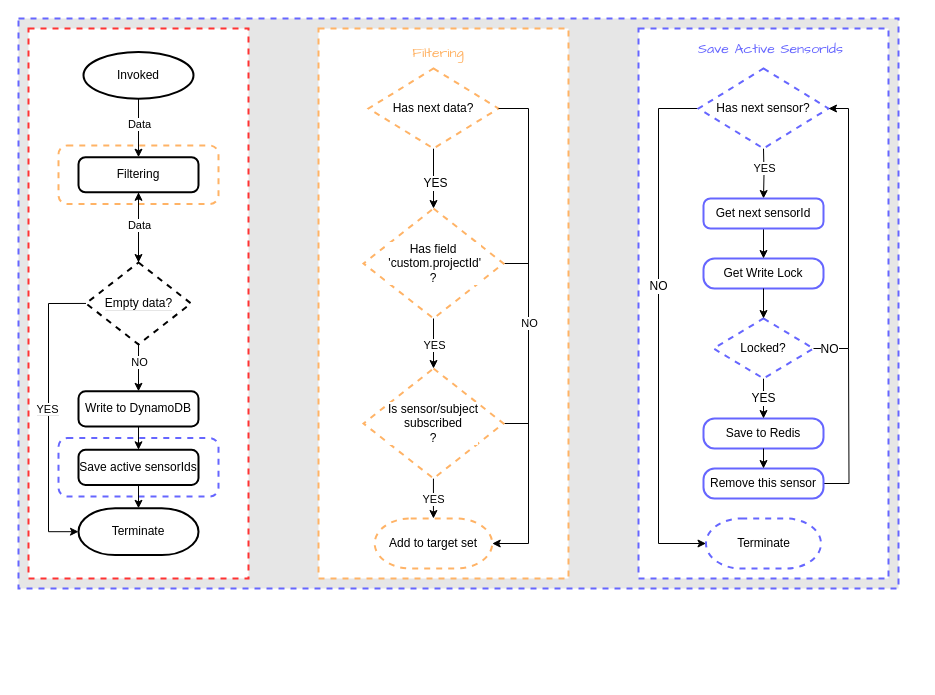
This is Flow of Data Filter.drawio from cjay-xlc/draw.io, a draw.io file, before an edit. Source tidied: cells renumbered, new cells numbered last; positions are measured from the earlier drawing's top-left corner, leaving out a move shared by most shapes. Both pictures are drawn from the tidied source at 100%, with x=0, y=0 at pixel (18, 18).
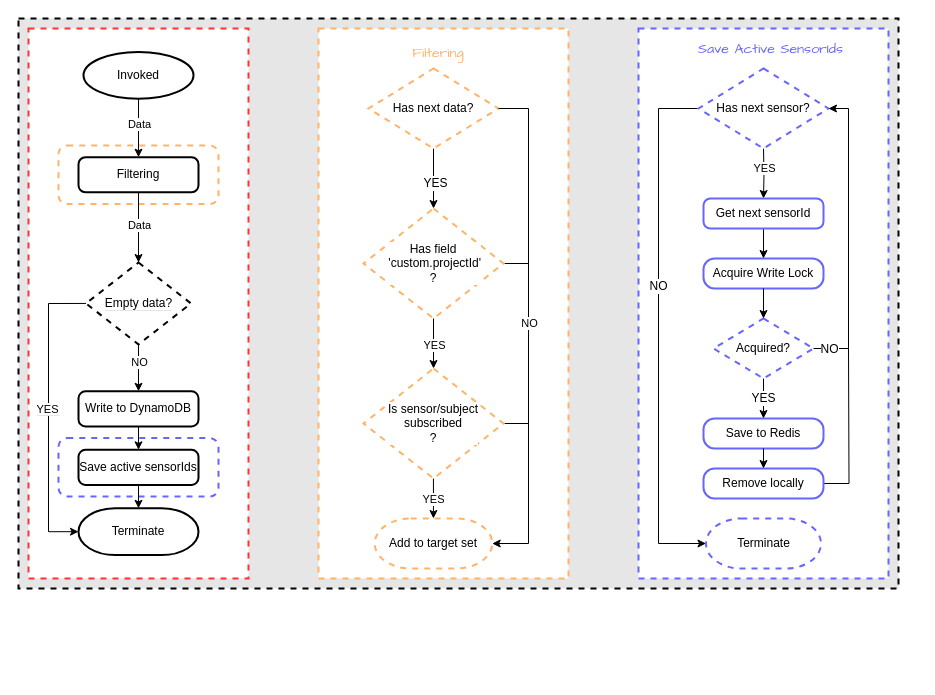
The same page after the edit.

Unchanged cells that the change refers to:
```xml
<mxCell id="4" style="group;" parent="3" vertex="1">
  <mxGeometry width="890" height="650" as="geometry" />
</mxCell>
<mxCell id="10" value="Filtering" style="rounded=1;whiteSpace=wrap;html=1;absoluteArcSize=1;arcSize=14;strokeWidth=2;align=center;" parent="4" vertex="1">
  <mxGeometry x="50" y="128.7" width="120" height="35.1" as="geometry" />
</mxCell>
<mxCell id="22" value="&lt;span style=&quot;background-color: rgb(255, 255, 255);&quot;&gt;Empty data?&lt;/span&gt;" style="strokeWidth=2;html=1;shape=mxgraph.flowchart.decision;whiteSpace=wrap;rounded=0;dashed=1;labelBackgroundColor=#E6E6E6;fillColor=#FFFFFF;gradientColor=none;align=center;" parent="4" vertex="1">
  <mxGeometry x="57.5" y="234" width="105" height="81.9" as="geometry" />
</mxCell>
<mxCell id="42" style="group;" parent="3" vertex="1">
  <mxGeometry x="610" width="250" height="550" as="geometry" />
</mxCell>
```

Diff of the diagram source:
```diff
@@
-    <mxCell id="2" style="rounded=0;whiteSpace=wrap;html=1;dashed=1;labelBackgroundColor=#FFFFFF;strokeColor=#6666FF;strokeWidth=2;fontFamily=Helvetica;fontSize=12;fontColor=#6666FF;fillColor=#E6E6E6;gradientColor=none;" parent="1" vertex="1">
+    <mxCell id="2" style="rounded=0;whiteSpace=wrap;html=1;dashed=1;labelBackgroundColor=#FFFFFF;strokeColor=#000000;strokeWidth=2;fontFamily=Helvetica;fontSize=12;fontColor=#6666FF;fillColor=#E6E6E6;gradientColor=none;" parent="1" vertex="1">
       <mxGeometry width="880" height="570" as="geometry" />
     </mxCell>
@@
-    <mxCell id="21" style="edgeStyle=orthogonalEdgeStyle;rounded=0;jettySize=auto;html=1;labelBackgroundColor=#E6E6E6;align=center;" parent="4" edge="1" source="22" target="10">
+    <mxCell id="21" style="edgeStyle=orthogonalEdgeStyle;rounded=0;jettySize=auto;html=1;labelBackgroundColor=#E6E6E6;align=center;startArrow=none;startFill=0;endArrow=none;endFill=0;" parent="4" edge="1" source="22" target="10">
       <mxGeometry relative="1" as="geometry" />
     </mxCell>
@@
-    <mxCell id="44" value="Get Write Lock" style="rounded=1;whiteSpace=wrap;html=1;absoluteArcSize=1;arcSize=22;strokeWidth=2;strokeColor=#6666FF;align=center;" parent="42" vertex="1">
+    <mxCell id="44" value="Acquire Write Lock" style="rounded=1;whiteSpace=wrap;html=1;absoluteArcSize=1;arcSize=22;strokeWidth=2;strokeColor=#6666FF;align=center;" parent="42" vertex="1">
       <mxGeometry x="65" y="230" width="120" height="30" as="geometry" />
     </mxCell>
@@
-    <mxCell id="48" value="Locked?" style="strokeWidth=2;html=1;shape=mxgraph.flowchart.decision;whiteSpace=wrap;rounded=1;dashed=1;labelBackgroundColor=#FFFFFF;strokeColor=#6666FF;fontFamily=Helvetica;fontSize=12;fontColor=#000000;fillColor=#FFFFFF;gradientColor=none;align=center;" parent="42" vertex="1">
+    <mxCell id="48" value="Acquired?" style="strokeWidth=2;html=1;shape=mxgraph.flowchart.decision;whiteSpace=wrap;rounded=1;dashed=1;labelBackgroundColor=#FFFFFF;strokeColor=#6666FF;fontFamily=Helvetica;fontSize=12;fontColor=#000000;fillColor=#FFFFFF;gradientColor=none;align=center;" parent="42" vertex="1">
       <mxGeometry x="75" y="290" width="100" height="60" as="geometry" />
     </mxCell>
@@
-    <mxCell id="52" value="Remove this sensor" style="rounded=1;whiteSpace=wrap;html=1;absoluteArcSize=1;arcSize=22;strokeWidth=2;strokeColor=#6666FF;align=center;" parent="42" vertex="1">
+    <mxCell id="52" value="Remove locally" style="rounded=1;whiteSpace=wrap;html=1;absoluteArcSize=1;arcSize=22;strokeWidth=2;strokeColor=#6666FF;align=center;" parent="42" vertex="1">
       <mxGeometry x="65" y="440" width="120" height="30" as="geometry" />
     </mxCell>
```
